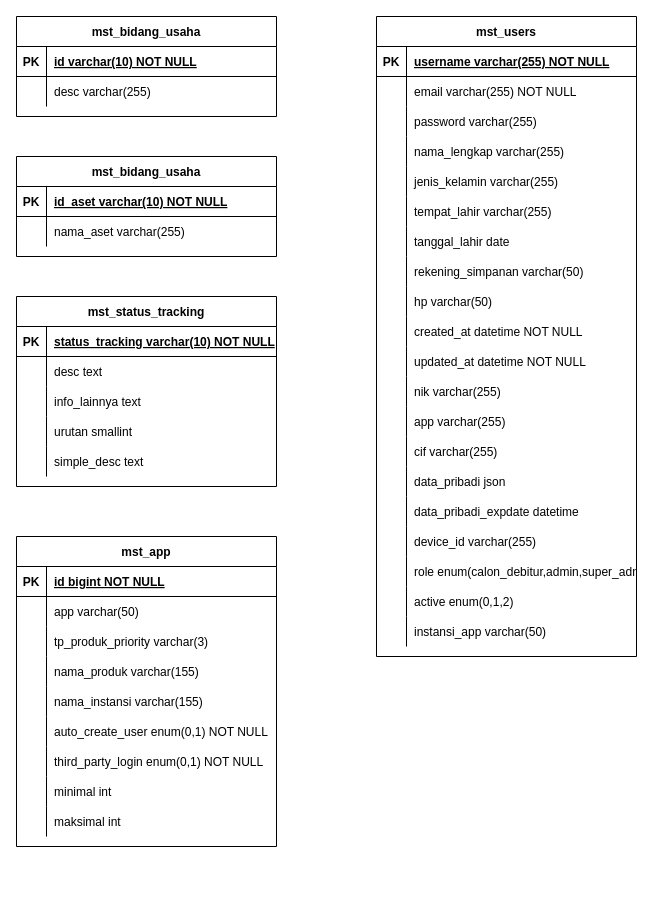
Above: Untitled Diagram.drawio in alifatur323/intern-bootcamp-bri (draw.io), before the change. Source tidied: cells renumbered, new cells numbered last; positions are measured from the earlier drawing's top-left corner, leaving out a move shared by most shapes. Both pictures are drawn from the tidied source at 100%, with x=0, y=0 at pixel (16, 16).
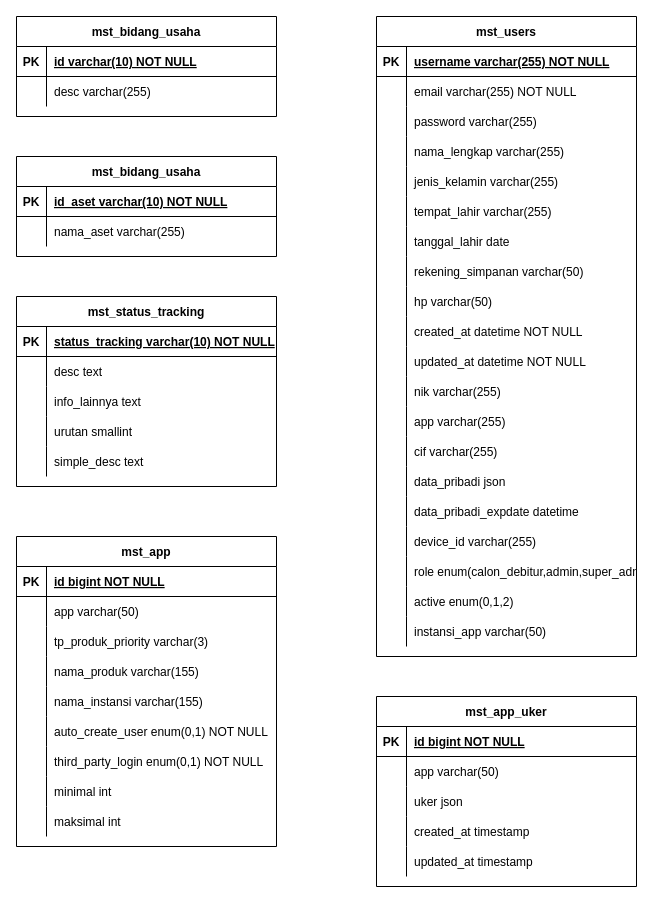
The same page after the edit.

Change to the diagram source:
```diff
@@
+    <mxCell id="121" value="mst_app_uker" style="shape=table;startSize=30;childLayout=tableLayout;rowLines=0;fontStyle=1;align=center;" parent="1" vertex="1">
+      <mxGeometry x="360" y="680" width="260" height="190" as="geometry" />
+    </mxCell>
+    <mxCell id="122" style="shape=partialRectangle;fillColor=none;top=0;left=0;right=0;bottom=1;" parent="121" vertex="1">
+      <mxGeometry y="30" width="260" height="30" as="geometry" />
+    </mxCell>
+    <mxCell id="123" value="PK" style="shape=partialRectangle;overflow=hidden;fillColor=none;top=0;left=0;bottom=0;right=0;fontStyle=1;" parent="122" vertex="1">
+      <mxGeometry width="30" height="30" as="geometry" />
+    </mxCell>
+    <mxCell id="124" value="id bigint NOT NULL " style="shape=partialRectangle;overflow=hidden;fillColor=none;top=0;left=0;bottom=0;right=0;align=left;spacingLeft=6;fontStyle=5;" parent="122" vertex="1">
+      <mxGeometry x="30" width="230" height="30" as="geometry" />
+    </mxCell>
+    <mxCell id="125" style="shape=partialRectangle;fillColor=none;top=0;left=0;right=0;bottom=0;" parent="121" vertex="1">
+      <mxGeometry y="60" width="260" height="30" as="geometry" />
+    </mxCell>
+    <mxCell id="126" style="shape=partialRectangle;overflow=hidden;fillColor=none;top=0;left=0;bottom=0;right=0;" parent="125" vertex="1">
+      <mxGeometry width="30" height="30" as="geometry" />
+    </mxCell>
+    <mxCell id="127" value="app varchar(50)" style="shape=partialRectangle;overflow=hidden;fillColor=none;top=0;left=0;bottom=0;right=0;align=left;spacingLeft=6;" parent="125" vertex="1">
+      <mxGeometry x="30" width="230" height="30" as="geometry" />
+    </mxCell>
+    <mxCell id="128" style="shape=partialRectangle;fillColor=none;top=0;left=0;right=0;bottom=0;" parent="121" vertex="1">
+      <mxGeometry y="90" width="260" height="30" as="geometry" />
+    </mxCell>
+    <mxCell id="129" style="shape=partialRectangle;overflow=hidden;fillColor=none;top=0;left=0;bottom=0;right=0;" parent="128" vertex="1">
+      <mxGeometry width="30" height="30" as="geometry" />
+    </mxCell>
+    <mxCell id="130" value="uker json" style="shape=partialRectangle;overflow=hidden;fillColor=none;top=0;left=0;bottom=0;right=0;align=left;spacingLeft=6;" parent="128" vertex="1">
+      <mxGeometry x="30" width="230" height="30" as="geometry" />
+    </mxCell>
+    <mxCell id="131" style="shape=partialRectangle;fillColor=none;top=0;left=0;right=0;bottom=0;" parent="121" vertex="1">
+      <mxGeometry y="120" width="260" height="30" as="geometry" />
+    </mxCell>
+    <mxCell id="132" style="shape=partialRectangle;overflow=hidden;fillColor=none;top=0;left=0;bottom=0;right=0;" parent="131" vertex="1">
+      <mxGeometry width="30" height="30" as="geometry" />
+    </mxCell>
+    <mxCell id="133" value="created_at timestamp" style="shape=partialRectangle;overflow=hidden;fillColor=none;top=0;left=0;bottom=0;right=0;align=left;spacingLeft=6;" parent="131" vertex="1">
+      <mxGeometry x="30" width="230" height="30" as="geometry" />
+    </mxCell>
+    <mxCell id="134" style="shape=partialRectangle;fillColor=none;top=0;left=0;right=0;bottom=0;" parent="121" vertex="1">
+      <mxGeometry y="150" width="260" height="30" as="geometry" />
+    </mxCell>
+    <mxCell id="135" style="shape=partialRectangle;overflow=hidden;fillColor=none;top=0;left=0;bottom=0;right=0;" parent="134" vertex="1">
+      <mxGeometry width="30" height="30" as="geometry" />
+    </mxCell>
+    <mxCell id="136" value="updated_at timestamp" style="shape=partialRectangle;overflow=hidden;fillColor=none;top=0;left=0;bottom=0;right=0;align=left;spacingLeft=6;" parent="134" vertex="1">
+      <mxGeometry x="30" width="230" height="30" as="geometry" />
+    </mxCell>
```
